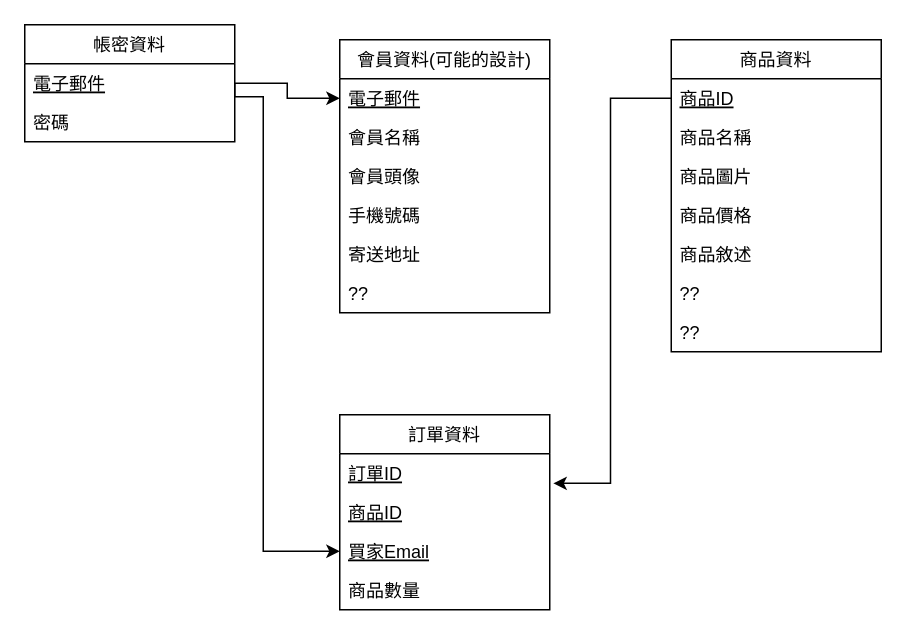
peter1421/SWE_Test keeps this draw.io diagram as page "資料庫預覽1" (1 of 4) of DB.drawio. Above is the earlier version. Source tidied: cells renumbered, new cells numbered last; positions are measured from the earlier drawing's top-left corner, leaving out a move shared by most shapes. Both pictures are drawn from the tidied source at 150%, with x=0, y=0 at pixel (24, 24).
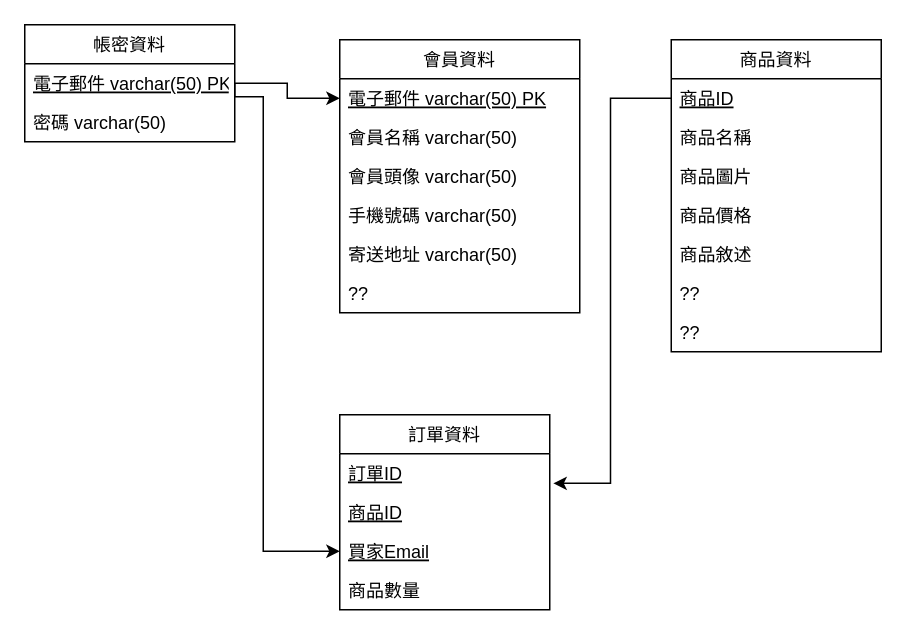
Above is the later version.

Commit message (it also covers changes not shown here):
新增資料庫等wiki資料

Unchanged cells that the change refers to:
```xml
<mxCell id="2" value="帳密資料" style="swimlane;fontStyle=0;horizontal=1;startSize=26;fillColor=none;" parent="1" vertex="1">
  <mxGeometry width="140" height="78" as="geometry" />
</mxCell>
```

What changed in the source:
```diff
@@
-    <mxCell id="3" value="電子郵件" style="text;strokeColor=none;fillColor=none;align=left;verticalAlign=top;spacingLeft=4;spacingRight=4;overflow=hidden;points=[[0,0.5],[1,0.5]];portConstraint=eastwest;fontStyle=4;" parent="2" vertex="1">
+    <mxCell id="3" value="電子郵件 varchar(50) PK" style="text;strokeColor=none;fillColor=none;align=left;verticalAlign=top;spacingLeft=4;spacingRight=4;overflow=hidden;points=[[0,0.5],[1,0.5]];portConstraint=eastwest;fontStyle=4;" parent="2" vertex="1">
       <mxGeometry y="26" width="140" height="26" as="geometry" />
     </mxCell>
-    <mxCell id="4" value="密碼" style="text;strokeColor=none;fillColor=none;align=left;verticalAlign=top;spacingLeft=4;spacingRight=4;overflow=hidden;" parent="2" vertex="1">
+    <mxCell id="4" value="密碼 varchar(50)" style="text;strokeColor=none;fillColor=none;align=left;verticalAlign=top;spacingLeft=4;spacingRight=4;overflow=hidden;" parent="2" vertex="1">
       <mxGeometry y="52" width="140" height="26" as="geometry" />
     </mxCell>
@@
-    <mxCell id="6" value="會員資料(可能的設計)" style="swimlane;fontStyle=0;horizontal=1;startSize=26;fillColor=none;" parent="1" vertex="1">
-      <mxGeometry x="210" y="10" width="140" height="182" as="geometry" />
+    <mxCell id="6" value="會員資料" style="swimlane;fontStyle=0;horizontal=1;startSize=26;fillColor=none;" parent="1" vertex="1">
+      <mxGeometry x="210" y="10" width="160" height="182" as="geometry" />
     </mxCell>
-    <mxCell id="7" value="電子郵件" style="text;strokeColor=none;fillColor=none;align=left;verticalAlign=top;spacingLeft=4;spacingRight=4;overflow=hidden;points=[[0,0.5],[1,0.5]];portConstraint=eastwest;fontStyle=4;" parent="6" vertex="1">
-      <mxGeometry y="26" width="140" height="26" as="geometry" />
+    <mxCell id="7" value="電子郵件 varchar(50) PK" style="text;strokeColor=none;fillColor=none;align=left;verticalAlign=top;spacingLeft=4;spacingRight=4;overflow=hidden;points=[[0,0.5],[1,0.5]];portConstraint=eastwest;fontStyle=4;" parent="6" vertex="1">
+      <mxGeometry y="26" width="160" height="26" as="geometry" />
     </mxCell>
-    <mxCell id="8" value="會員名稱" style="text;strokeColor=none;fillColor=none;align=left;verticalAlign=top;spacingLeft=4;spacingRight=4;overflow=hidden;" parent="6" vertex="1">
-      <mxGeometry y="52" width="140" height="26" as="geometry" />
+    <mxCell id="8" value="會員名稱 varchar(50)" style="text;strokeColor=none;fillColor=none;align=left;verticalAlign=top;spacingLeft=4;spacingRight=4;overflow=hidden;" parent="6" vertex="1">
+      <mxGeometry y="52" width="160" height="26" as="geometry" />
     </mxCell>
-    <mxCell id="9" value="會員頭像" style="text;strokeColor=none;fillColor=none;align=left;verticalAlign=top;spacingLeft=4;spacingRight=4;overflow=hidden;" parent="6" vertex="1">
-      <mxGeometry y="78" width="140" height="26" as="geometry" />
+    <mxCell id="9" value="會員頭像 varchar(50) " style="text;strokeColor=none;fillColor=none;align=left;verticalAlign=top;spacingLeft=4;spacingRight=4;overflow=hidden;" parent="6" vertex="1">
+      <mxGeometry y="78" width="160" height="26" as="geometry" />
     </mxCell>
-    <mxCell id="10" value="手機號碼" style="text;strokeColor=none;fillColor=none;align=left;verticalAlign=top;spacingLeft=4;spacingRight=4;overflow=hidden;" parent="6" vertex="1">
-      <mxGeometry y="104" width="140" height="26" as="geometry" />
+    <mxCell id="10" value="手機號碼 varchar(50)" style="text;strokeColor=none;fillColor=none;align=left;verticalAlign=top;spacingLeft=4;spacingRight=4;overflow=hidden;" parent="6" vertex="1">
+      <mxGeometry y="104" width="160" height="26" as="geometry" />
     </mxCell>
-    <mxCell id="11" value="寄送地址" style="text;strokeColor=none;fillColor=none;align=left;verticalAlign=top;spacingLeft=4;spacingRight=4;overflow=hidden;" parent="6" vertex="1">
-      <mxGeometry y="130" width="140" height="26" as="geometry" />
+    <mxCell id="11" value="寄送地址 varchar(50)" style="text;strokeColor=none;fillColor=none;align=left;verticalAlign=top;spacingLeft=4;spacingRight=4;overflow=hidden;" parent="6" vertex="1">
+      <mxGeometry y="130" width="160" height="26" as="geometry" />
     </mxCell>
     <mxCell id="12" value="??" style="text;strokeColor=none;fillColor=none;align=left;verticalAlign=top;spacingLeft=4;spacingRight=4;overflow=hidden;" parent="6" vertex="1">
-      <mxGeometry y="156" width="140" height="26" as="geometry" />
+      <mxGeometry y="156" width="160" height="26" as="geometry" />
     </mxCell>
```
